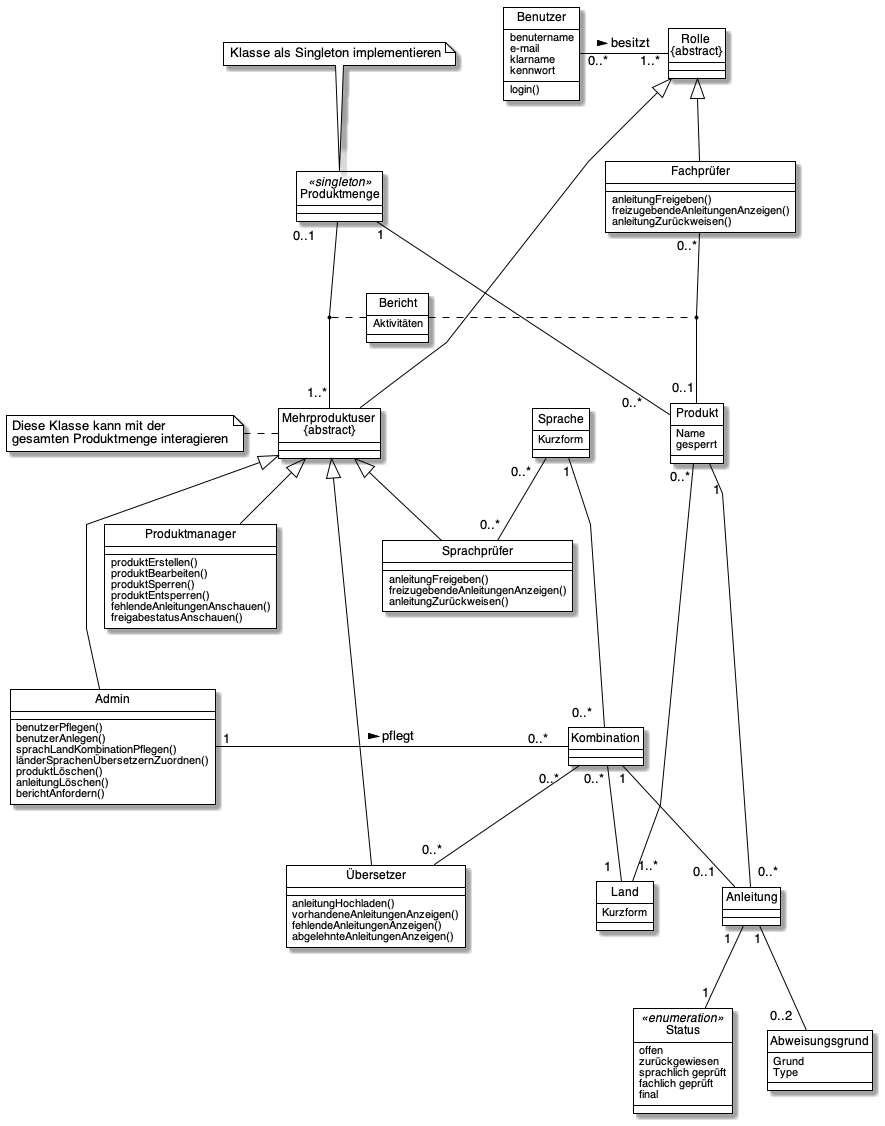
Above: out/klassendiagramm/Klassendiagramm.png in Schubert-Tom/Manual-Master (PlantUML), before the change. Source of this version:
```plantuml
@startuml Klassendiagramm
skinparam linetype polyline
hide circle
!includeurl https://raw.githubusercontent.com/matthewjosephtaylor/plantuml-style/master/style.pu

class Produkt {
  Name
  gesperrt
}

class Produktmenge << singleton >> {
}
note top of Produktmenge : Klasse als Singleton implementieren
class Anleitung
class Benutzer {
   benutername
   e-mail
   klarname
   kennwort

   login()
}
class Rolle as "Rolle \n{abstract}"{
}
class Fachprüfer {
    anleitungFreigeben()
    freizugebendeAnleitungenAnzeigen()
    anleitungZurückweisen()
}
class Sprachprüfer {
    anleitungFreigeben()
    freizugebendeAnleitungenAnzeigen()
    anleitungZurückweisen()
}
class Übersetzer {
    anleitungHochladen()
    vorhandeneAnleitungenAnzeigen()
    fehlendeAnleitungenAnzeigen()
    abgelehnteAnleitungenAnzeigen()
}
class Admin {
    benutzerPflegen()
    benutzerAnlegen()
    sprachLandKombinationPflegen()
    länderSprachenÜbersetzernZuordnen()
    produktLöschen()
    anleitungLöschen()
    berichtAnfordern()
}
class Produktmanager {
    produktErstellen()
    produktBearbeiten()
    produktSperren()
    produktEntsperren()
    fehlendeAnleitungenAnschauen()
    freigabestatusAnschauen()
}
class Land {
    Kurzform
}
class Sprache {
    Kurzform
}
class Kombination {
}
class Mehrproduktuser as "Mehrproduktuser \n{abstract}" {
}
note left of Mehrproduktuser : Diese Klasse kann mit der \ngesamten Produktmenge interagieren
class Bericht {
   Aktivitäten
}
class Status << enumeration >> {
   offen
   zurückgewiesen
   sprachlich geprüft
   fachlich geprüft
   final
}
class Abweisungsgrund {
    Grund
    Type
}
Rolle <|-- Fachprüfer
Rolle <|-- Mehrproduktuser


Mehrproduktuser <|-- Sprachprüfer
Mehrproduktuser <|-- Übersetzer
Produktmanager -up-|> Mehrproduktuser
Mehrproduktuser <|-- Admin

Benutzer "0..*" -right- "1..*" Rolle : besitzt >

Produktmanager -[hidden]- Admin

Kombination "0..*   " -left- "1" Admin : < pflegt
Kombination "0..*  " -- "0..*" Übersetzer
Kombination "1" -- "0..1\t" Anleitung

Land "1  " -left- "  0..*" Kombination
Sprache "1" -- "0..*  " Kombination

Anleitung "1  " -- "1" Status
Anleitung "1" -- "0..2  " Abweisungsgrund

Produktmenge "1" -- "0..*     " Produkt
Produktmenge "   0..1    " -- "1..*" Mehrproduktuser

Produkt "\n1   " -- " 0..*" Anleitung
Fachprüfer "0..*" -- "0..1" Produkt
Produkt "  0..*" ---- "1..* " Land

Sprache "0..*  " -- "0..*" Sprachprüfer

Bericht .. (Produkt, Fachprüfer)
(Mehrproduktuser, Produktmenge) .. Bericht
@enduml
```
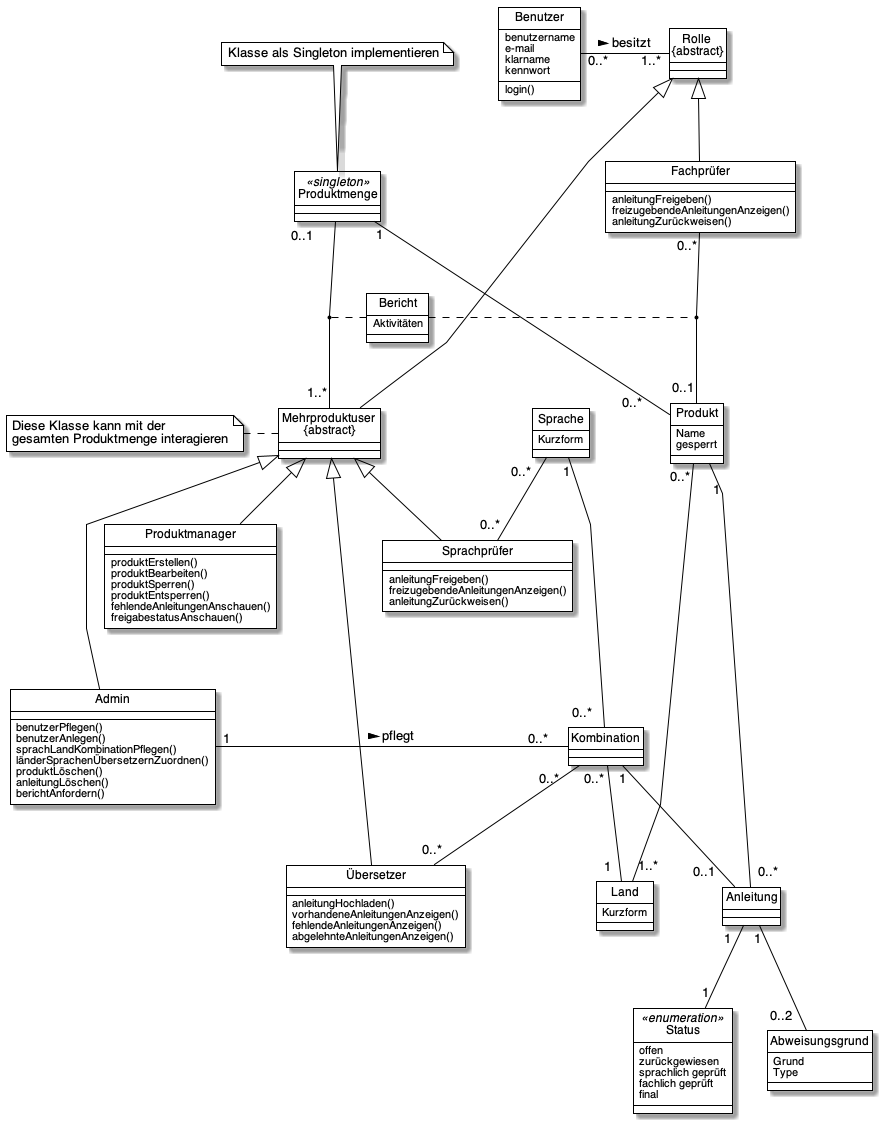
Above is the later version.

The edit, as a diff of the source:
```diff
@@ -13,7 +13,7 @@
 note top of Produktmenge : Klasse als Singleton implementieren
 class Anleitung
 class Benutzer {
-   benutername
+   benutzername
    e-mail
    klarname
    kennwort
```
